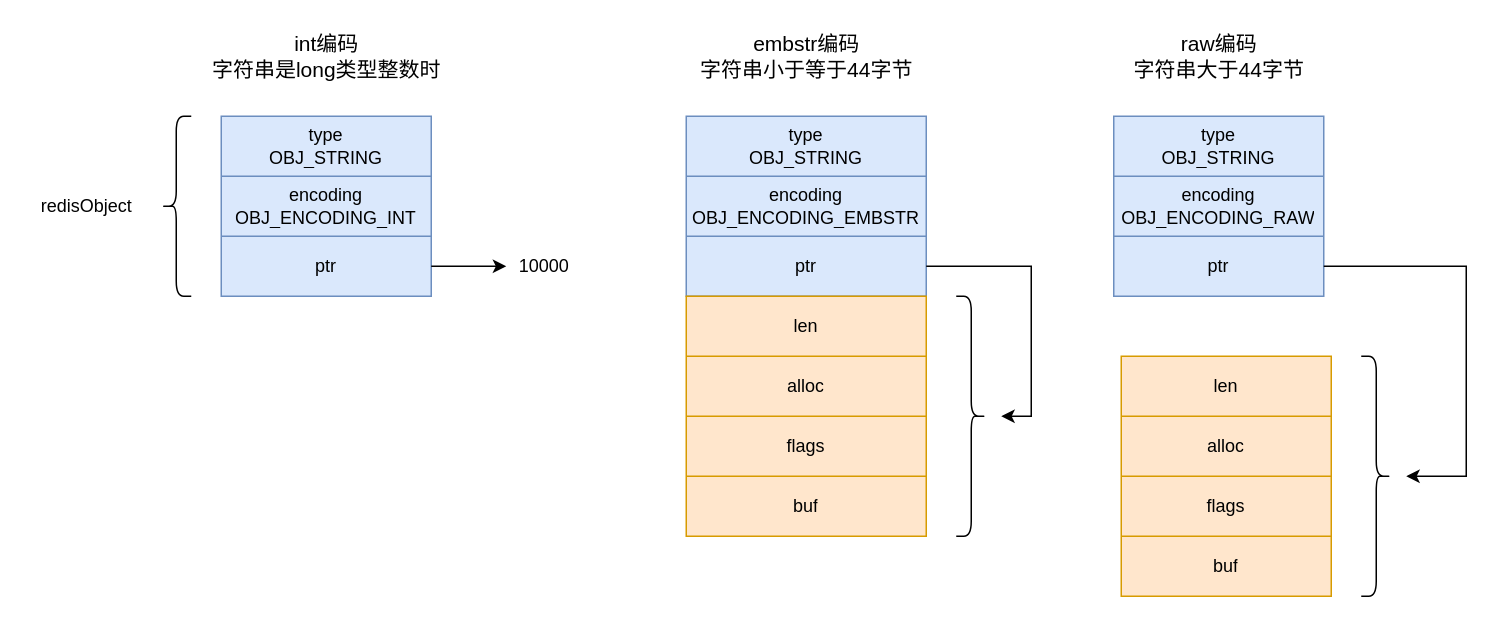
Before: redis/字符串编码.drawio in erlieStar/diagrams, a draw.io diagram. Source tidied: cells renumbered, new cells numbered last; positions are measured from the earlier drawing's top-left corner, leaving out a move shared by most shapes. Both pictures are drawn from the tidied source at 150%, with x=0, y=0 at pixel (26, 26).
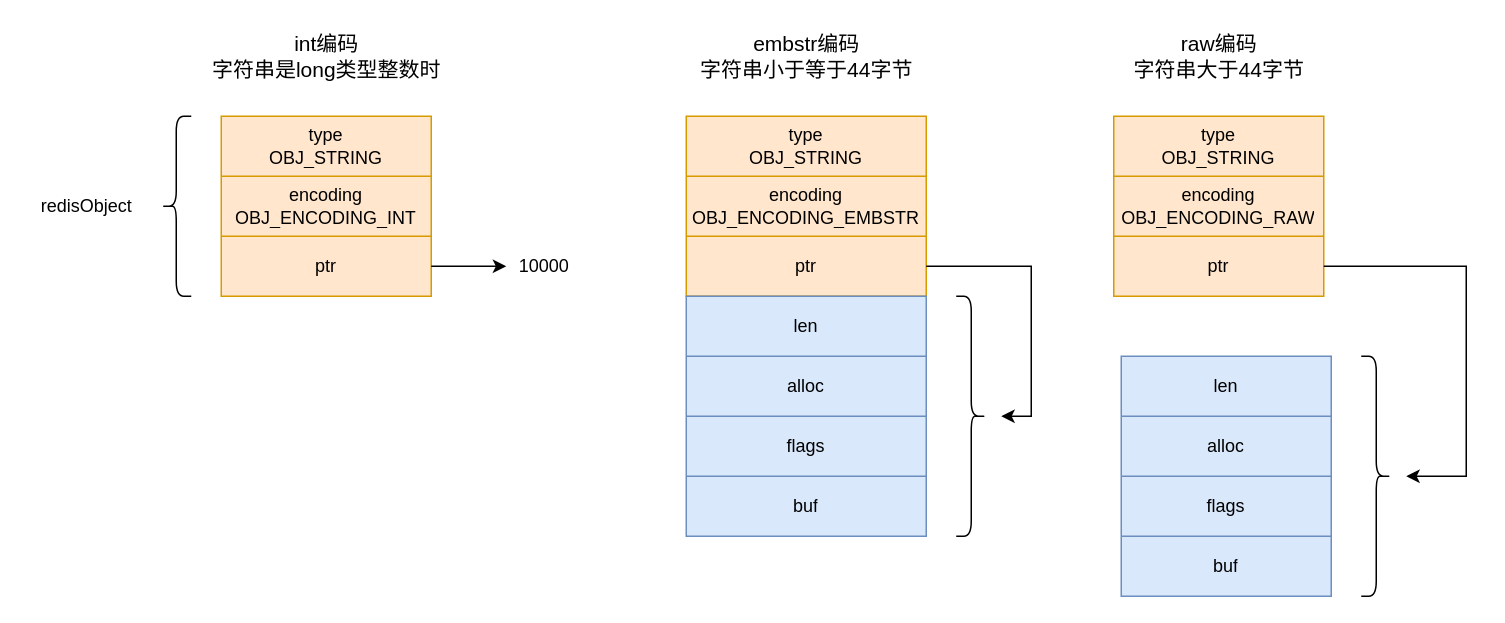
Above is the later version.

What changed in the source:
```diff
@@
-    <mxCell id="2" style="shape=table;html=1;whiteSpace=wrap;startSize=0;childLayout=tableLayout;fillColor=#dae8fc;strokeColor=#6c8ebf;" parent="1" vertex="1">
+    <mxCell id="2" style="shape=table;html=1;whiteSpace=wrap;startSize=0;childLayout=tableLayout;fillColor=#ffe6cc;strokeColor=#d79b00;" parent="1" vertex="1">
       <mxGeometry x="130" y="60" width="140" height="120" as="geometry" />
     </mxCell>
@@
-    <mxCell id="9" style="shape=table;html=1;whiteSpace=wrap;startSize=0;childLayout=tableLayout;fillColor=#dae8fc;strokeColor=#6c8ebf;" parent="1" vertex="1">
+    <mxCell id="9" style="shape=table;html=1;whiteSpace=wrap;startSize=0;childLayout=tableLayout;fillColor=#ffe6cc;strokeColor=#d79b00;" parent="1" vertex="1">
       <mxGeometry x="440" y="60" width="160" height="120" as="geometry" />
     </mxCell>
@@
-    <mxCell id="16" style="shape=table;html=1;whiteSpace=wrap;startSize=0;childLayout=tableLayout;fillColor=#dae8fc;strokeColor=#6c8ebf;" parent="1" vertex="1">
+    <mxCell id="16" style="shape=table;html=1;whiteSpace=wrap;startSize=0;childLayout=tableLayout;fillColor=#ffe6cc;strokeColor=#d79b00;" parent="1" vertex="1">
       <mxGeometry x="725" y="60" width="140" height="120" as="geometry" />
     </mxCell>
@@
-    <mxCell id="26" style="shape=table;html=1;whiteSpace=wrap;startSize=0;childLayout=tableLayout;fillColor=#ffe6cc;strokeColor=#d79b00;" parent="1" vertex="1">
+    <mxCell id="26" style="shape=table;html=1;whiteSpace=wrap;startSize=0;childLayout=tableLayout;fillColor=#dae8fc;strokeColor=#6c8ebf;" parent="1" vertex="1">
       <mxGeometry x="730" y="220" width="140" height="160" as="geometry" />
     </mxCell>
@@
-    <mxCell id="37" style="shape=table;html=1;whiteSpace=wrap;startSize=0;childLayout=tableLayout;fillColor=#ffe6cc;strokeColor=#d79b00;" parent="1" vertex="1">
+    <mxCell id="37" style="shape=table;html=1;whiteSpace=wrap;startSize=0;childLayout=tableLayout;fillColor=#dae8fc;strokeColor=#6c8ebf;" parent="1" vertex="1">
       <mxGeometry x="440" y="180" width="160" height="160" as="geometry" />
     </mxCell>
```
